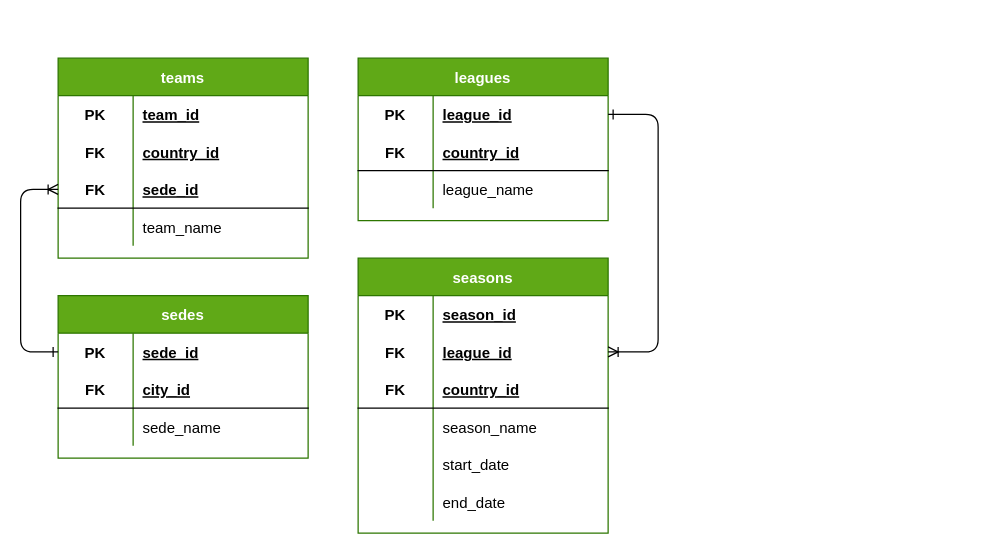
This is page "model" (2 of 2) of soccer_model.drawio from r3card0/soccer.stats, a draw.io file, before an edit. Source tidied: cells renumbered, new cells numbered last; positions are measured from the earlier drawing's top-left corner, leaving out a move shared by most shapes. Both pictures are drawn from the tidied source at 125%, with x=0, y=0 at pixel (20, 58).
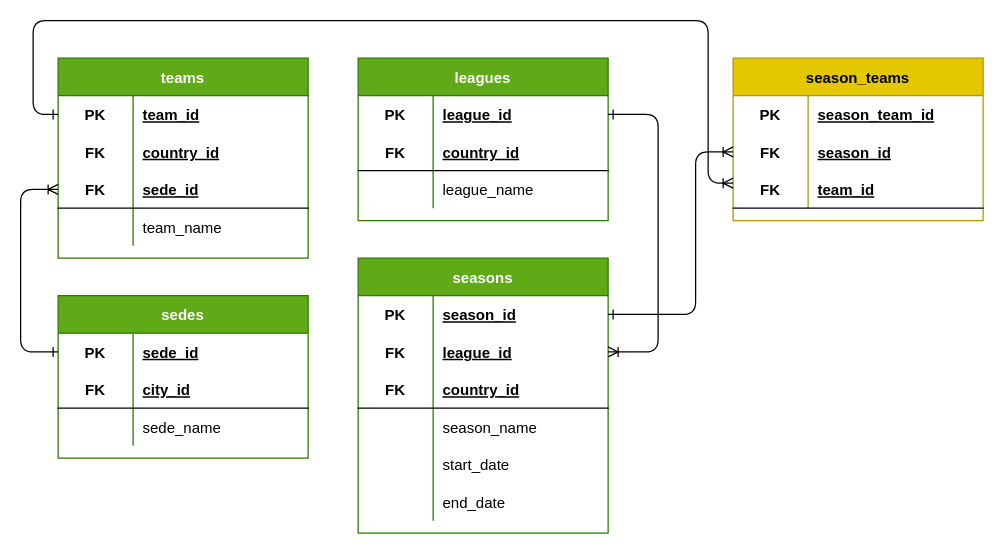
The same page after the edit.

Commit message:
season teams model added

The change refers to these unchanged cells:
```xml
<mxCell id="3" style="shape=partialRectangle;fillColor=none;top=0;left=0;bottom=0;right=0;points=[[0,0.5],[1,0.5]];portConstraint=eastwest;" parent="2" vertex="1">
  <mxGeometry y="30" width="200" height="30" as="geometry" />
</mxCell>
<mxCell id="37" style="shape=partialRectangle;fillColor=none;top=0;left=0;bottom=0;right=0;points=[[0,0.5],[1,0.5]];portConstraint=eastwest;" parent="36" vertex="1">
  <mxGeometry y="30" width="200" height="30" as="geometry" />
</mxCell>
```

Change to the diagram source:
```diff
@@
+    <mxCell id="56" value="season_teams" style="shape=table;startSize=30;childLayout=tableLayout;rowLines=0;fontStyle=1;align=center;fillColor=#e3c800;fontColor=#000000;strokeColor=#B09500;" parent="1" vertex="1">
+      <mxGeometry x="570" width="200" height="130" as="geometry" />
+    </mxCell>
+    <mxCell id="57" style="shape=partialRectangle;fillColor=none;top=0;left=0;bottom=0;right=0;" parent="56" vertex="1">
+      <mxGeometry y="30" width="200" height="30" as="geometry" />
+    </mxCell>
+    <mxCell id="58" value="PK" style="shape=partialRectangle;fillColor=none;top=0;left=0;bottom=0;right=0;fontStyle=1;overflow=hidden;" parent="57" vertex="1">
+      <mxGeometry width="60" height="30" as="geometry" />
+    </mxCell>
+    <mxCell id="59" value="season_team_id" style="shape=partialRectangle;fillColor=none;top=0;left=0;bottom=0;right=0;align=left;spacingLeft=6;fontStyle=5;overflow=hidden;" parent="57" vertex="1">
+      <mxGeometry x="60" width="140" height="30" as="geometry" />
+    </mxCell>
+    <mxCell id="60" style="shape=partialRectangle;fillColor=none;top=0;left=0;bottom=0;right=0;points=[[0,0.5],[1,0.5]];portConstraint=eastwest;" parent="56" vertex="1">
+      <mxGeometry y="60" width="200" height="30" as="geometry" />
+    </mxCell>
+    <mxCell id="61" value="FK" style="shape=partialRectangle;fillColor=none;top=0;left=0;bottom=0;right=0;fontStyle=1;overflow=hidden;" parent="60" vertex="1">
+      <mxGeometry width="60" height="30" as="geometry" />
+    </mxCell>
+    <mxCell id="62" value="season_id" style="shape=partialRectangle;fillColor=none;top=0;left=0;bottom=0;right=0;align=left;spacingLeft=6;fontStyle=5;overflow=hidden;" parent="60" vertex="1">
+      <mxGeometry x="60" width="140" height="30" as="geometry" />
+    </mxCell>
+    <mxCell id="63" style="shape=partialRectangle;fillColor=none;top=0;left=0;bottom=1;right=0;" parent="56" vertex="1">
+      <mxGeometry y="90" width="200" height="30" as="geometry" />
+    </mxCell>
+    <mxCell id="64" value="FK" style="shape=partialRectangle;fillColor=none;top=0;left=0;bottom=0;right=0;fontStyle=1;overflow=hidden;" parent="63" vertex="1">
+      <mxGeometry width="60" height="30" as="geometry" />
+    </mxCell>
+    <mxCell id="65" value="team_id" style="shape=partialRectangle;fillColor=none;top=0;left=0;bottom=0;right=0;align=left;spacingLeft=6;fontStyle=5;overflow=hidden;" parent="63" vertex="1">
+      <mxGeometry x="60" width="140" height="30" as="geometry" />
+    </mxCell>
+    <mxCell id="66" style="edgeStyle=none;html=1;exitX=0;exitY=0.5;exitDx=0;exitDy=0;startArrow=ERone;startFill=0;endArrow=ERoneToMany;endFill=0;" parent="1" edge="1" source="3">
+      <mxGeometry relative="1" as="geometry">
+        <mxPoint x="570" y="100" as="targetPoint" />
+        <Array as="points">
+          <mxPoint x="10" y="45" />
+          <mxPoint x="10" y="-30" />
+          <mxPoint x="550" y="-30" />
+          <mxPoint x="550" y="100" />
+        </Array>
+      </mxGeometry>
+    </mxCell>
+    <mxCell id="67" style="edgeStyle=none;html=1;exitX=1;exitY=0.5;exitDx=0;exitDy=0;entryX=0;entryY=0.5;entryDx=0;entryDy=0;startArrow=ERone;startFill=0;endArrow=ERoneToMany;endFill=0;" parent="1" edge="1" source="37" target="60">
+      <mxGeometry relative="1" as="geometry">
+        <Array as="points">
+          <mxPoint x="540" y="205" />
+          <mxPoint x="540" y="75" />
+        </Array>
+      </mxGeometry>
+    </mxCell>
```
